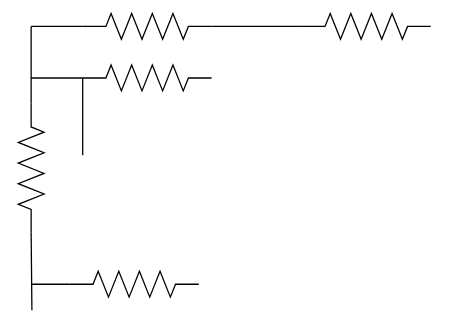
Before: GS_Mecatronica/2º Año/Sistemas eléctricos y electrónicos/Corriente continua/Ejercicios/Untitled Diagram.svg, a diagram exported from draw.io (recio24/Obsidian-vault). Source tidied: cells renumbered, new cells last; positions are measured from the earlier drawing's top-left corner, leaving out a move shared by most shapes.
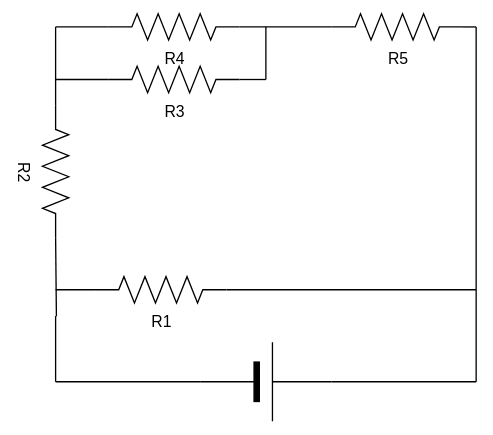
The same diagram one commit later.

Diff of the diagram source:
```diff
@@ -2,19 +2,19 @@
   <root>
     <mxCell id="0" />
     <mxCell id="1" parent="0" />
-    <mxCell id="2" style="verticalLabelPosition=bottom;shadow=0;dashed=0;align=center;html=1;verticalAlign=top;shape=mxgraph.electrical.resistors.resistor_2;" parent="1" vertex="1">
+    <mxCell id="2" value="R4" style="verticalLabelPosition=bottom;shadow=0;dashed=0;align=center;html=1;verticalAlign=top;shape=mxgraph.electrical.resistors.resistor_2;" parent="1" vertex="1">
       <mxGeometry x="90" width="100" height="20" as="geometry" />
     </mxCell>
-    <mxCell id="3" style="verticalLabelPosition=bottom;shadow=0;dashed=0;align=center;html=1;verticalAlign=top;shape=mxgraph.electrical.resistors.resistor_2;" parent="1" vertex="1">
+    <mxCell id="3" value="R3" style="verticalLabelPosition=bottom;shadow=0;dashed=0;align=center;html=1;verticalAlign=top;shape=mxgraph.electrical.resistors.resistor_2;" parent="1" vertex="1">
       <mxGeometry x="90" y="40" width="100" height="20" as="geometry" />
     </mxCell>
-    <mxCell id="4" style="verticalLabelPosition=bottom;shadow=0;dashed=0;align=center;html=1;verticalAlign=top;shape=mxgraph.electrical.resistors.resistor_2;" parent="1" vertex="1">
+    <mxCell id="4" value="R5" style="verticalLabelPosition=bottom;shadow=0;dashed=0;align=center;html=1;verticalAlign=top;shape=mxgraph.electrical.resistors.resistor_2;" parent="1" vertex="1">
       <mxGeometry x="260" width="100" height="20" as="geometry" />
     </mxCell>
-    <mxCell id="5" style="verticalLabelPosition=bottom;shadow=0;dashed=0;align=center;html=1;verticalAlign=top;shape=mxgraph.electrical.resistors.resistor_2;" parent="1" vertex="1">
+    <mxCell id="5" value="R1" style="verticalLabelPosition=bottom;shadow=0;dashed=0;align=center;html=1;verticalAlign=top;shape=mxgraph.electrical.resistors.resistor_2;" parent="1" vertex="1">
       <mxGeometry x="80" y="200" width="100" height="20" as="geometry" />
     </mxCell>
-    <mxCell id="6" style="verticalLabelPosition=bottom;shadow=0;dashed=0;align=center;html=1;verticalAlign=top;shape=mxgraph.electrical.resistors.resistor_2;rotation=90;" parent="1" vertex="1">
+    <mxCell id="6" value="R2" style="verticalLabelPosition=bottom;shadow=0;dashed=0;align=center;html=1;verticalAlign=top;shape=mxgraph.electrical.resistors.resistor_2;rotation=90;" parent="1" vertex="1">
       <mxGeometry y="110" width="100" height="20" as="geometry" />
     </mxCell>
     <mxCell id="7" style="endArrow=none;html=1;exitX=0.58;exitY=0.135;exitDx=0;exitDy=0;exitPerimeter=0;entryX=1;entryY=0.5;entryDx=0;entryDy=0;entryPerimeter=0;" parent="1" edge="1" target="6">
@@ -47,11 +47,57 @@
         <mxPoint x="50" y="50" as="sourcePoint" />
       </mxGeometry>
     </mxCell>
-    <mxCell id="13" style="endArrow=none;html=1;" parent="1" edge="1">
+    <mxCell id="13" style="endArrow=none;html=1;exitX=1;exitY=0.5;exitDx=0;exitDy=0;exitPerimeter=0;" parent="1" edge="1" source="3">
       <mxGeometry relative="1" as="geometry">
-        <mxPoint x="90" y="110" as="sourcePoint" />
-        <mxPoint x="90" y="50" as="targetPoint" />
+        <mxPoint x="210" y="50" as="targetPoint" />
       </mxGeometry>
     </mxCell>
+    <mxCell id="14" style="endArrow=none;html=1;" parent="1" edge="1">
+      <mxGeometry relative="1" as="geometry">
+        <mxPoint x="210" y="50" as="sourcePoint" />
+        <mxPoint x="210" y="10" as="targetPoint" />
+      </mxGeometry>
+    </mxCell>
+    <mxCell id="15" style="endArrow=none;html=1;exitX=1;exitY=0.5;exitDx=0;exitDy=0;exitPerimeter=0;" parent="1" edge="1" source="5">
+      <mxGeometry relative="1" as="geometry">
+        <mxPoint x="370" y="210" as="targetPoint" />
+      </mxGeometry>
+    </mxCell>
+    <mxCell id="16" style="endArrow=none;html=1;" parent="1" edge="1">
+      <mxGeometry relative="1" as="geometry">
+        <mxPoint x="370" y="210" as="sourcePoint" />
+        <mxPoint x="370" y="10" as="targetPoint" />
+      </mxGeometry>
+    </mxCell>
+    <mxCell id="17" style="endArrow=none;html=1;exitX=1;exitY=0.5;exitDx=0;exitDy=0;exitPerimeter=0;" parent="1" edge="1" source="4">
+      <mxGeometry relative="1" as="geometry">
+        <mxPoint x="370" y="10" as="targetPoint" />
+      </mxGeometry>
+    </mxCell>
+    <mxCell id="18" style="verticalLabelPosition=bottom;shadow=0;dashed=0;align=center;fillColor=strokeColor;html=1;verticalAlign=top;strokeWidth=1;shape=mxgraph.electrical.miscellaneous.monocell_battery;" parent="1" vertex="1">
+      <mxGeometry x="160" y="250" width="100" height="60" as="geometry" />
+    </mxCell>
+    <mxCell id="19" style="endArrow=none;html=1;exitX=0;exitY=0.5;exitDx=0;exitDy=0;exitPerimeter=0;" parent="1" edge="1" source="18">
+      <mxGeometry relative="1" as="geometry">
+        <mxPoint x="50" y="280" as="targetPoint" />
+      </mxGeometry>
+    </mxCell>
+    <mxCell id="20" style="endArrow=none;html=1;" parent="1" edge="1">
+      <mxGeometry relative="1" as="geometry">
+        <mxPoint x="50" y="280" as="sourcePoint" />
+        <mxPoint x="50" y="230" as="targetPoint" />
+      </mxGeometry>
+    </mxCell>
+    <mxCell id="21" style="endArrow=none;html=1;exitX=1;exitY=0.5;exitDx=0;exitDy=0;exitPerimeter=0;" parent="1" edge="1" source="18">
+      <mxGeometry relative="1" as="geometry">
+        <mxPoint x="370" y="280" as="targetPoint" />
+      </mxGeometry>
+    </mxCell>
+    <mxCell id="22" style="endArrow=none;html=1;" parent="1" edge="1">
+      <mxGeometry relative="1" as="geometry">
+        <mxPoint x="370" y="280" as="sourcePoint" />
+        <mxPoint x="370" y="210" as="targetPoint" />
+      </mxGeometry>
+    </mxCell>
   </root>
 </mxGraphModel>
```
